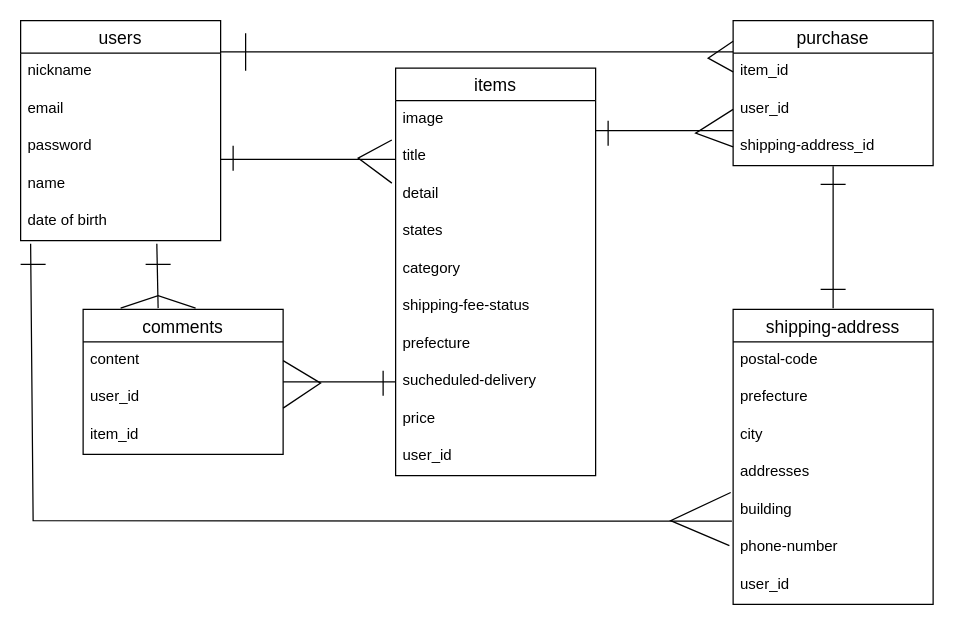
This is test.dio from kumaboie/furima-41372, a draw.io file, before an edit. Source tidied: cells renumbered, new cells numbered last; positions are measured from the earlier drawing's top-left corner, leaving out a move shared by most shapes. Both pictures are drawn from the tidied source at 125%, with x=0, y=0 at pixel (20, 20).
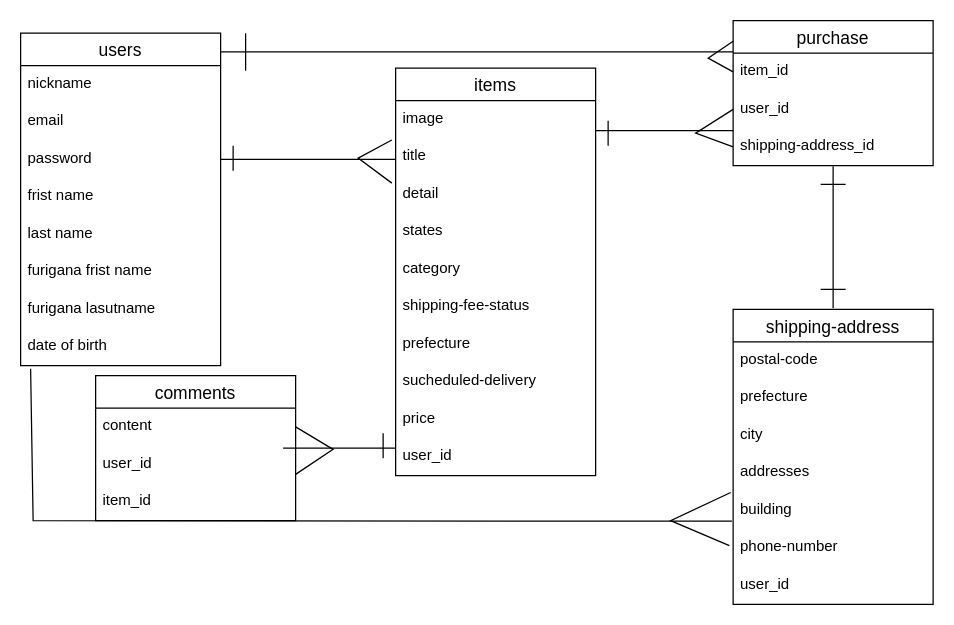
The same page after the edit.

Commit message (it also covers changes not shown here):
本名とフリガナに分ける

Diff of the diagram source:
```diff
@@
     <mxCell id="2" value="users" style="swimlane;fontStyle=0;horizontal=1;startSize=26;align=center;fontSize=14;" parent="1" vertex="1">
-      <mxGeometry width="160" height="176" as="geometry" />
+      <mxGeometry y="10" width="160" height="266" as="geometry" />
     </mxCell>
@@
-    <mxCell id="6" value="name" style="text;strokeColor=none;fillColor=none;spacingLeft=4;spacingRight=4;overflow=hidden;fontSize=12;" parent="2" vertex="1">
+    <mxCell id="6" value="frist name" style="text;strokeColor=none;fillColor=none;spacingLeft=4;spacingRight=4;overflow=hidden;fontSize=12;" parent="2" vertex="1">
       <mxGeometry y="116" width="160" height="30" as="geometry" />
     </mxCell>
+    <mxCell id="56" value="last name" style="text;strokeColor=none;fillColor=none;spacingLeft=4;spacingRight=4;overflow=hidden;fontSize=12;" parent="2" vertex="1">
+      <mxGeometry y="146" width="160" height="30" as="geometry" />
+    </mxCell>
+    <mxCell id="57" value="furigana frist name" style="text;strokeColor=none;fillColor=none;spacingLeft=4;spacingRight=4;overflow=hidden;fontSize=12;" parent="2" vertex="1">
+      <mxGeometry y="176" width="160" height="30" as="geometry" />
+    </mxCell>
+    <mxCell id="58" value="furigana lasutname" style="text;strokeColor=none;fillColor=none;spacingLeft=4;spacingRight=4;overflow=hidden;fontSize=12;" parent="2" vertex="1">
+      <mxGeometry y="206" width="160" height="30" as="geometry" />
+    </mxCell>
     <mxCell id="7" value="date of birth" style="text;strokeColor=none;fillColor=none;spacingLeft=4;spacingRight=4;overflow=hidden;points=[[0,0.5],[1,0.5]];portConstraint=eastwest;fontSize=12;" parent="2" vertex="1">
-      <mxGeometry y="146" width="160" height="30" as="geometry" />
+      <mxGeometry y="236" width="160" height="30" as="geometry" />
     </mxCell>
@@
     <mxCell id="36" value="comments" style="swimlane;fontStyle=0;horizontal=1;startSize=26;align=center;fontSize=14;" parent="1" vertex="1">
-      <mxGeometry x="50" y="231" width="160" height="116" as="geometry" />
+      <mxGeometry x="60" y="284" width="160" height="116" as="geometry" />
     </mxCell>
@@
-    <mxCell id="44" style="endArrow=none;html=1;rounded=0;exitX=0.681;exitY=1.083;exitDx=0;exitDy=0;exitPerimeter=0;" parent="1" edge="1" source="7">
-      <mxGeometry relative="1" as="geometry">
-        <mxPoint x="110" y="230" as="targetPoint" />
-      </mxGeometry>
-    </mxCell>
@@
-    <mxCell id="46" style="line;strokeWidth=1;dashed=0;labelPosition=right;align=left;verticalAlign=middle;spacingTop=0;spacingLeft=6;" parent="1" vertex="1">
-      <mxGeometry x="100" y="190" width="20" height="10" as="geometry" />
-    </mxCell>
-    <mxCell id="47" style="endArrow=none;html=1;rounded=0;" parent="1" edge="1">
-      <mxGeometry relative="1" as="geometry">
-        <mxPoint x="80" y="230" as="sourcePoint" />
-        <mxPoint x="140" y="230" as="targetPoint" />
-        <Array as="points">
-          <mxPoint x="110" y="220" />
-        </Array>
-      </mxGeometry>
-    </mxCell>
     <mxCell id="48" style="line;strokeWidth=1;dashed=0;labelPosition=right;align=left;verticalAlign=middle;spacingTop=0;spacingLeft=6;" parent="1" vertex="1">
-      <mxGeometry x="210" y="284" width="90" height="10" as="geometry" />
+      <mxGeometry x="210" y="337" width="90" height="10" as="geometry" />
     </mxCell>
     <mxCell id="49" style="endArrow=none;html=1;rounded=0;" parent="1" edge="1">
       <mxGeometry relative="1" as="geometry">
-        <mxPoint x="290" y="280" as="sourcePoint" />
-        <mxPoint x="290" y="300" as="targetPoint" />
+        <mxPoint x="290" y="330" as="sourcePoint" />
+        <mxPoint x="290" y="330" as="targetPoint" />
+        <Array as="points">
+          <mxPoint x="290" y="350" />
+        </Array>
       </mxGeometry>
     </mxCell>
@@
-    <mxCell id="52" style="line;strokeWidth=1;dashed=0;labelPosition=right;align=left;verticalAlign=middle;spacingTop=0;spacingLeft=6;" parent="1" vertex="1">
-      <mxGeometry y="190" width="20" height="10" as="geometry" />
-    </mxCell>
```
